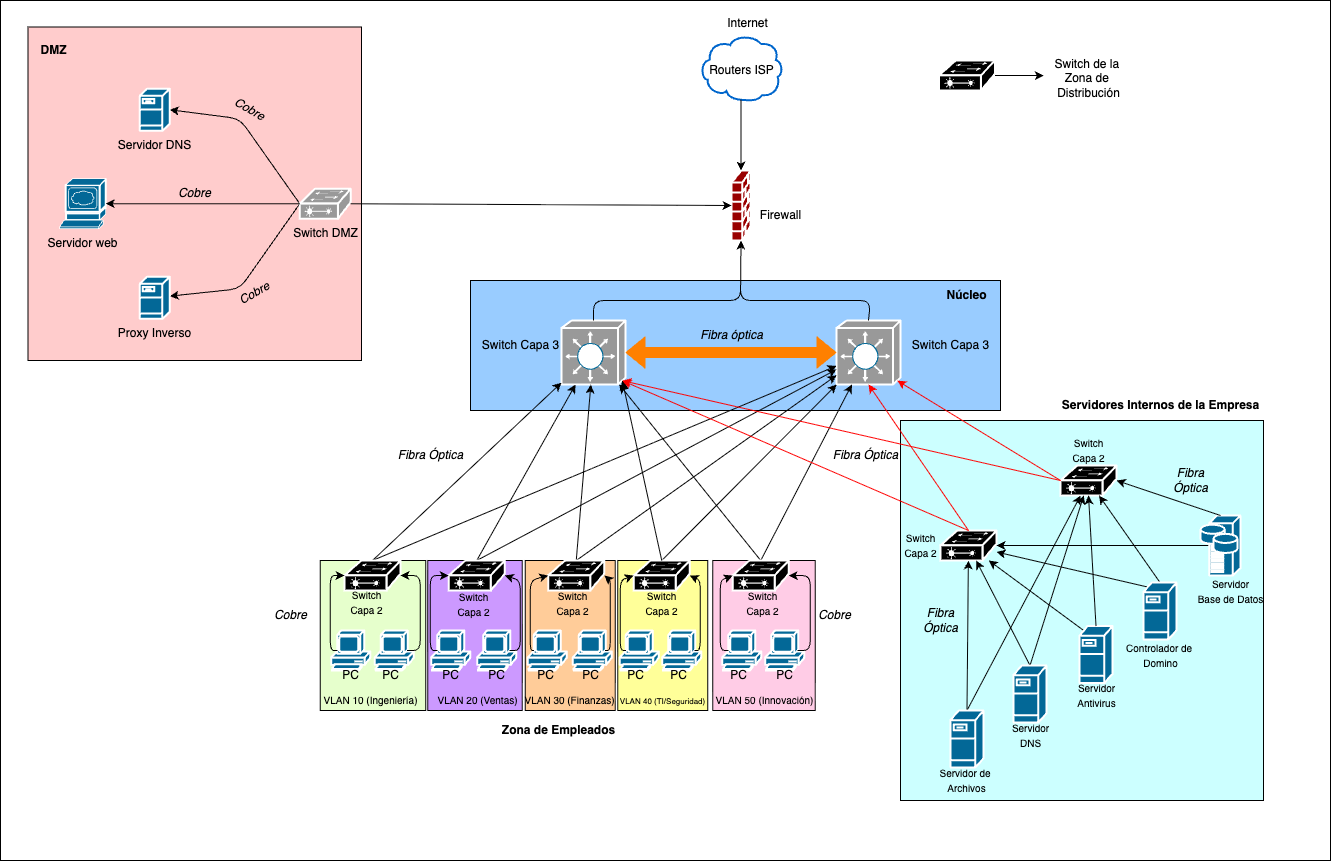
Before: f1-propuesta-arquitectura/imgs/prueba-topologia.png, a diagram exported from draw.io (vargasesc17/proyecto-redes-2026-2). Source tidied: cells renumbered, new cells last; positions are measured from the earlier drawing's top-left corner, leaving out a move shared by most shapes.
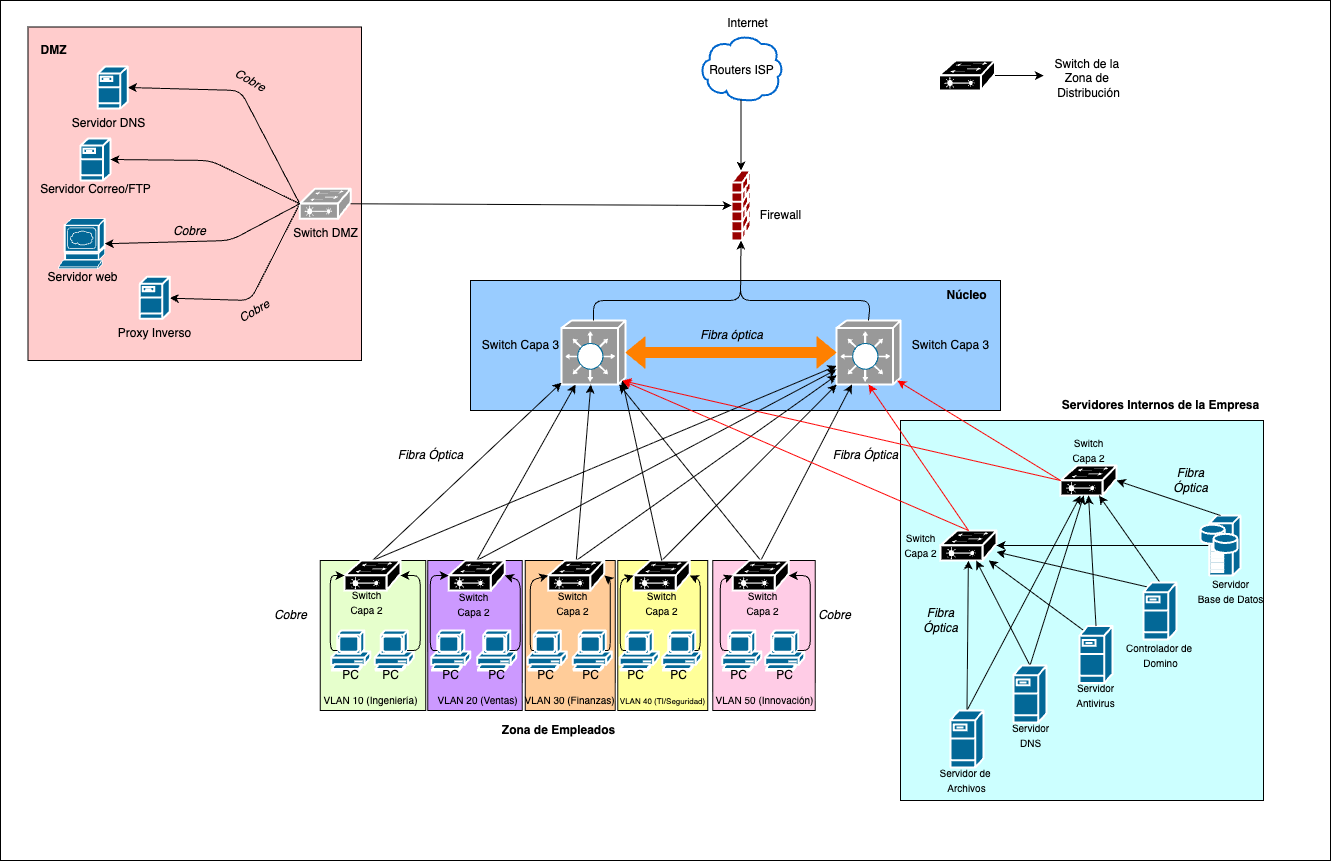
After the change.

Commit message:
añadir servidor correo a topología

The edit, as a diff of the source:
```diff
@@ -78,14 +78,14 @@
     <mxCell id="23" style="edgeStyle=none;html=1;exitX=0;exitY=0.5;exitDx=0;exitDy=0;exitPerimeter=0;entryX=1;entryY=0.5;entryDx=0;entryDy=0;entryPerimeter=0;" parent="1" edge="1" source="25" target="30">
       <mxGeometry relative="1" as="geometry">
         <Array as="points">
-          <mxPoint x="239.2" y="118.2" />
+          <mxPoint x="240" y="90" />
         </Array>
       </mxGeometry>
     </mxCell>
     <mxCell id="24" style="edgeStyle=none;html=1;exitX=0;exitY=0.5;exitDx=0;exitDy=0;exitPerimeter=0;" parent="1" edge="1" source="25" target="29">
       <mxGeometry relative="1" as="geometry">
         <Array as="points">
-          <mxPoint x="239.2" y="288.2" />
+          <mxPoint x="250" y="300" />
         </Array>
       </mxGeometry>
     </mxCell>
@@ -99,34 +99,38 @@
       <mxGeometry x="279.8" y="218.2" width="90" height="30" as="geometry" />
     </mxCell>
     <mxCell id="28" style="shape=mxgraph.cisco.servers.www_server;sketch=0;html=1;dashed=0;fillColor=#036897;strokeColor=#ffffff;strokeWidth=2;verticalLabelPosition=bottom;verticalAlign=top;align=center;outlineConnect=0;" parent="1" vertex="1">
-      <mxGeometry x="59.2" y="178.2" width="46" height="50" as="geometry" />
+      <mxGeometry x="58.2" y="218.2" width="46" height="50" as="geometry" />
     </mxCell>
     <mxCell id="29" style="shape=mxgraph.cisco.servers.fileserver;sketch=0;html=1;dashed=0;fillColor=#036897;strokeColor=#ffffff;strokeWidth=2;verticalLabelPosition=bottom;verticalAlign=top;align=center;outlineConnect=0;" parent="1" vertex="1">
       <mxGeometry x="139.2" y="276.2" width="30" height="42" as="geometry" />
     </mxCell>
     <mxCell id="30" style="shape=mxgraph.cisco.servers.fileserver;sketch=0;html=1;dashed=0;fillColor=#036897;strokeColor=#ffffff;strokeWidth=2;verticalLabelPosition=bottom;verticalAlign=top;align=center;outlineConnect=0;" parent="1" vertex="1">
-      <mxGeometry x="139.2" y="88.2" width="30" height="42" as="geometry" />
+      <mxGeometry x="97.2" y="66" width="30" height="42" as="geometry" />
     </mxCell>
     <mxCell id="31" style="edgeStyle=none;html=1;exitX=0;exitY=0.5;exitDx=0;exitDy=0;exitPerimeter=0;entryX=1;entryY=0.5;entryDx=0;entryDy=0;entryPerimeter=0;" parent="1" edge="1" source="25" target="28">
-      <mxGeometry relative="1" as="geometry" />
+      <mxGeometry relative="1" as="geometry">
+        <Array as="points">
+          <mxPoint x="230" y="240" />
+        </Array>
+      </mxGeometry>
     </mxCell>
     <mxCell id="32" value="Servidor DNS" style="text;html=1;align=center;verticalAlign=middle;strokeColor=none;fillColor=none;" parent="1" vertex="1">
-      <mxGeometry x="104.2" y="130.2" width="100" height="30" as="geometry" />
+      <mxGeometry x="58.2" y="108" width="100" height="30" as="geometry" />
     </mxCell>
     <mxCell id="33" value="Servidor web" style="text;html=1;align=center;verticalAlign=middle;strokeColor=none;fillColor=none;" parent="1" vertex="1">
-      <mxGeometry x="37.2" y="228.2" width="90" height="30" as="geometry" />
+      <mxGeometry x="37.2" y="262.2" width="90" height="30" as="geometry" />
     </mxCell>
     <mxCell id="34" value="Proxy Inverso" style="text;html=1;align=center;verticalAlign=middle;strokeColor=none;fillColor=none;" parent="1" vertex="1">
       <mxGeometry x="104.2" y="318.2" width="100" height="30" as="geometry" />
     </mxCell>
     <mxCell id="35" value="&lt;i&gt;Cobre&lt;/i&gt;" style="text;html=1;align=center;verticalAlign=middle;strokeColor=none;fillColor=none;rotation=30;" parent="1" vertex="1">
-      <mxGeometry x="219.2" y="94.2" width="60" height="30" as="geometry" />
+      <mxGeometry x="219.8" y="64.8" width="60" height="30" as="geometry" />
     </mxCell>
     <mxCell id="36" value="&lt;i&gt;Cobre&lt;/i&gt;" style="text;html=1;align=center;verticalAlign=middle;strokeColor=none;fillColor=none;" parent="1" vertex="1">
-      <mxGeometry x="164.2" y="178.2" width="60" height="30" as="geometry" />
+      <mxGeometry x="159.2" y="216.2" width="60" height="30" as="geometry" />
     </mxCell>
     <mxCell id="37" value="&lt;i&gt;Cobre&lt;/i&gt;" style="text;html=1;align=center;verticalAlign=middle;strokeColor=none;fillColor=none;rotation=-30;" parent="1" vertex="1">
-      <mxGeometry x="224.2" y="278.2" width="60" height="30" as="geometry" />
+      <mxGeometry x="224.2" y="296.2" width="60" height="30" as="geometry" />
     </mxCell>
     <mxCell id="38" value="&lt;b&gt;DMZ&lt;/b&gt;" style="text;html=1;align=center;verticalAlign=middle;strokeColor=none;fillColor=none;" parent="1" vertex="1">
       <mxGeometry x="27.5" y="34.8" width="50" height="30" as="geometry" />
@@ -472,5 +476,18 @@
     <mxCell id="135" value="Internet" style="text;html=1;align=center;verticalAlign=middle;strokeColor=none;fillColor=none;" parent="1" vertex="1">
       <mxGeometry x="717.2" y="8.2" width="60" height="30" as="geometry" />
     </mxCell>
+    <mxCell id="136" style="shape=mxgraph.cisco.servers.fileserver;sketch=0;html=1;dashed=0;fillColor=#036897;strokeColor=#ffffff;strokeWidth=2;verticalLabelPosition=bottom;verticalAlign=top;align=center;outlineConnect=0;" parent="1" vertex="1">
+      <mxGeometry x="80" y="138" width="30" height="42" as="geometry" />
+    </mxCell>
+    <mxCell id="137" style="edgeStyle=none;html=1;exitX=0;exitY=0.5;exitDx=0;exitDy=0;exitPerimeter=0;entryX=1;entryY=0.5;entryDx=0;entryDy=0;entryPerimeter=0;" parent="1" edge="1" source="25" target="136">
+      <mxGeometry relative="1" as="geometry">
+        <Array as="points">
+          <mxPoint x="210" y="160" />
+        </Array>
+      </mxGeometry>
+    </mxCell>
+    <mxCell id="138" value="Servidor Correo/FTP" style="text;html=1;align=center;verticalAlign=middle;strokeColor=none;fillColor=none;" parent="1" vertex="1">
+      <mxGeometry x="30" y="174" width="130" height="30" as="geometry" />
+    </mxCell>
   </root>
 </mxGraphModel>
```
